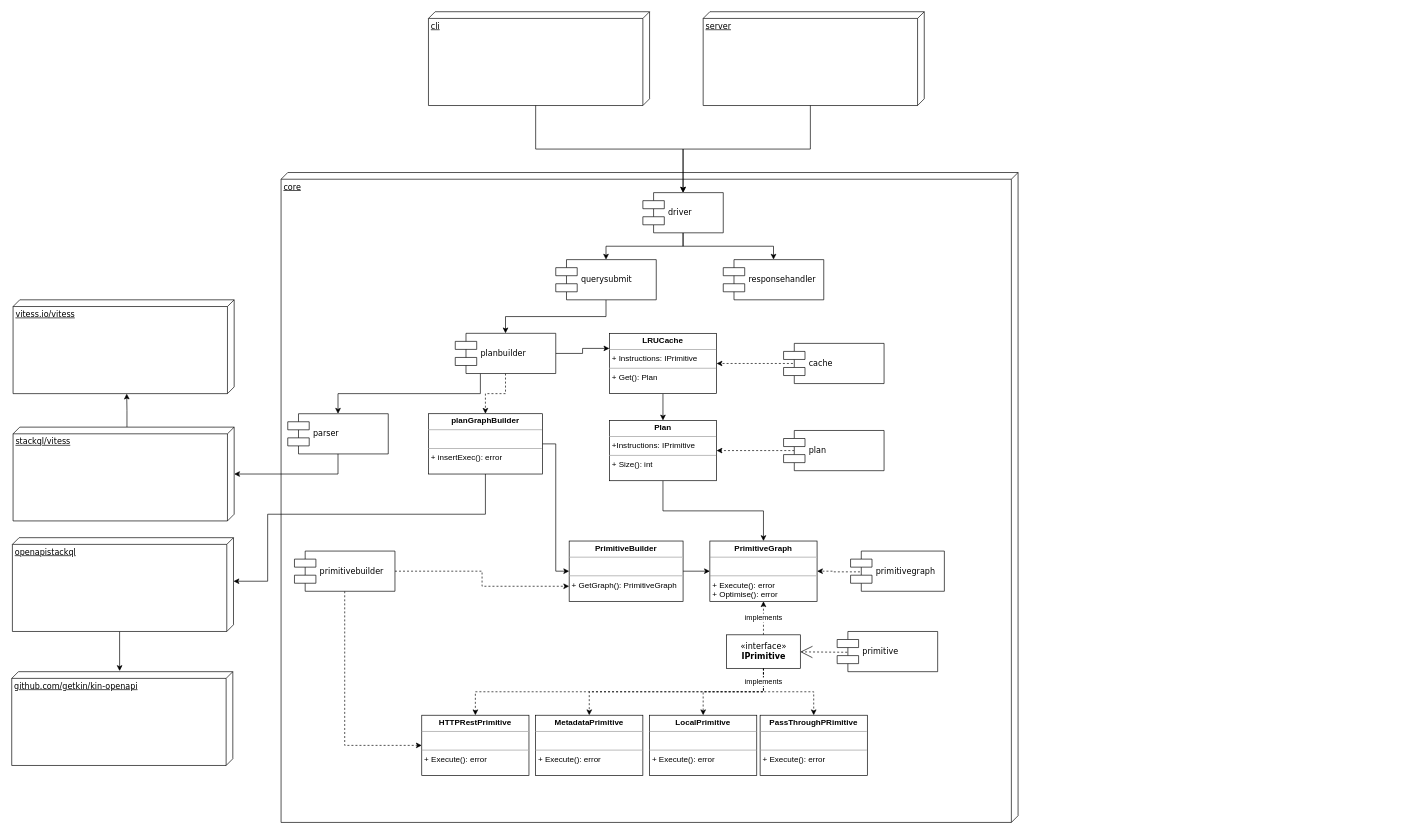
Earlier version of the draw.io diagram docs/diagrams/components-HLDD.drawio (stackql/stackql-devel). Source tidied: cells renumbered, new cells numbered last; positions are measured from the earlier drawing's top-left corner, leaving out a move shared by most shapes. Both pictures are drawn from the tidied source at 67%, with x=0, y=0 at pixel (11, 11).
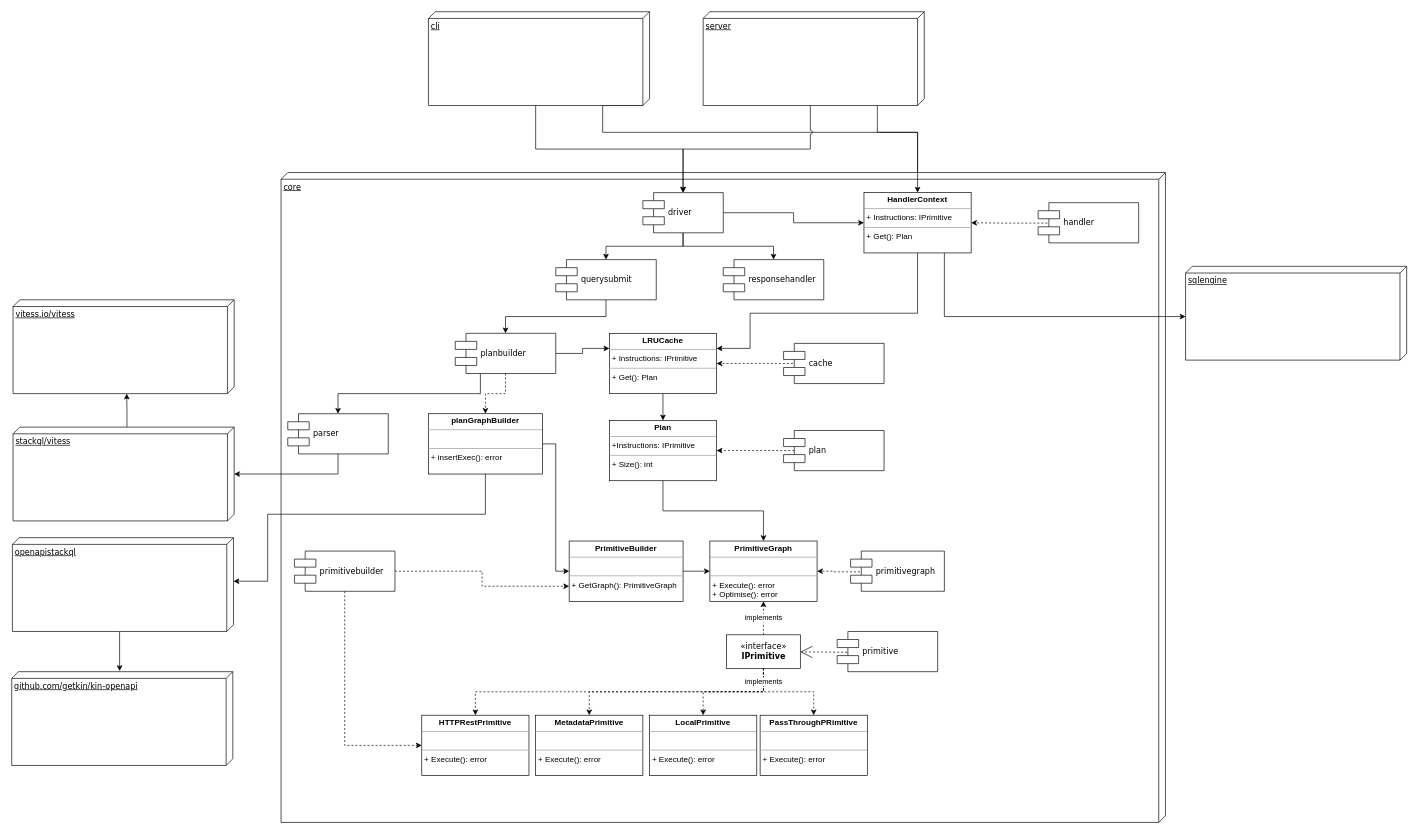
The same page after the edit.

Commit message:
components-hldd-further

Unchanged cells that the change refers to:
```xml
<mxCell id="2" value="cli" style="verticalAlign=top;align=left;spacingTop=8;spacingLeft=2;spacingRight=12;shape=cube;size=10;direction=south;fontStyle=4;html=1;rounded=0;shadow=0;comic=0;labelBackgroundColor=none;strokeWidth=1;fontFamily=Verdana;fontSize=12;" parent="1" vertex="1">
  <mxGeometry x="622" width="330" height="140" as="geometry" />
</mxCell>
<mxCell id="3" value="server" style="verticalAlign=top;align=left;spacingTop=8;spacingLeft=2;spacingRight=12;shape=cube;size=10;direction=south;fontStyle=4;html=1;rounded=0;shadow=0;comic=0;labelBackgroundColor=none;strokeWidth=1;fontFamily=Verdana;fontSize=12;" parent="1" vertex="1">
  <mxGeometry x="1032" width="330" height="140" as="geometry" />
</mxCell>
<mxCell id="9" value="driver" style="shape=component;align=left;spacingLeft=36;rounded=0;shadow=0;comic=0;labelBackgroundColor=none;strokeWidth=1;fontFamily=Verdana;fontSize=12;html=1;" parent="1" vertex="1">
  <mxGeometry x="942" y="270" width="120" height="60" as="geometry" />
</mxCell>
<mxCell id="47" value="&lt;p style=&quot;margin: 0px ; margin-top: 4px ; text-align: center&quot;&gt;&lt;b&gt;LRUCache&lt;/b&gt;&lt;/p&gt;&lt;hr size=&quot;1&quot;&gt;&lt;p style=&quot;margin: 0px ; margin-left: 4px&quot;&gt;+ Instructions: IPrimitive&lt;/p&gt;&lt;hr size=&quot;1&quot;&gt;&lt;p style=&quot;margin: 0px ; margin-left: 4px&quot;&gt;+ Get(): Plan&lt;/p&gt;" style="verticalAlign=top;align=left;overflow=fill;fontSize=12;fontFamily=Helvetica;html=1;" parent="1" vertex="1">
  <mxGeometry x="892" y="480" width="160" height="90" as="geometry" />
</mxCell>
```

The edit, as a diff of the source:
```diff
@@
+    <mxCell id="56" style="edgeStyle=orthogonalEdgeStyle;rounded=0;jettySize=auto;html=1;exitX=0;exitY=0;exitDx=140;exitDy=10;exitPerimeter=0;endArrow=classic;endFill=1;entryX=0.5;entryY=0;entryDx=0;entryDy=0;jumpStyle=arc;" parent="1" edge="1" source="2" target="62">
+      <mxGeometry relative="1" as="geometry">
+        <Array as="points">
+          <mxPoint x="882" y="140" />
+          <mxPoint x="882" y="180" />
+          <mxPoint x="1352" y="180" />
+        </Array>
+      </mxGeometry>
+    </mxCell>
@@
     <mxCell id="4" value="core" style="verticalAlign=top;align=left;spacingTop=8;spacingLeft=2;spacingRight=12;shape=cube;size=10;direction=south;fontStyle=4;html=1;rounded=0;shadow=0;comic=0;labelBackgroundColor=none;strokeWidth=1;fontFamily=Verdana;fontSize=12;" parent="1" vertex="1">
-      <mxGeometry x="402" y="240" width="1100" height="970" as="geometry" />
+      <mxGeometry x="402" y="240" width="1320" height="970" as="geometry" />
     </mxCell>
@@
+    <mxCell id="57" style="edgeStyle=orthogonalEdgeStyle;rounded=0;jettySize=auto;html=1;exitX=1;exitY=0.5;exitDx=0;exitDy=0;endArrow=classic;endFill=1;" parent="1" edge="1" source="9" target="62">
+      <mxGeometry relative="1" as="geometry" />
+    </mxCell>
@@
-    <mxCell id="49" style="edgeStyle=orthogonalEdgeStyle;rounded=0;jettySize=auto;html=1;exitX=0;exitY=0;exitDx=140;exitDy=170;exitPerimeter=0;endArrow=classic;endFill=1;" parent="1" edge="1" source="3" target="9">
+    <mxCell id="49" style="edgeStyle=orthogonalEdgeStyle;rounded=0;jettySize=auto;html=1;exitX=0;exitY=0;exitDx=140;exitDy=170;exitPerimeter=0;endArrow=classic;endFill=1;jumpStyle=arc;" parent="1" edge="1" source="3" target="9">
       <mxGeometry relative="1" as="geometry" />
     </mxCell>
@@
+    <mxCell id="58" style="edgeStyle=orthogonalEdgeStyle;rounded=0;jettySize=auto;html=1;exitX=0.092;exitY=0.508;exitDx=0;exitDy=0;entryX=1;entryY=0.5;entryDx=0;entryDy=0;endArrow=classic;endFill=1;exitPerimeter=0;dashed=1;" parent="1" edge="1" source="59" target="62">
+      <mxGeometry relative="1" as="geometry" />
+    </mxCell>
+    <mxCell id="59" value="handler" style="shape=component;align=left;spacingLeft=36;rounded=0;shadow=0;comic=0;labelBackgroundColor=none;strokeWidth=1;fontFamily=Verdana;fontSize=12;html=1;" parent="1" vertex="1">
+      <mxGeometry x="1532" y="285" width="150" height="60" as="geometry" />
+    </mxCell>
+    <mxCell id="60" style="edgeStyle=orthogonalEdgeStyle;rounded=0;jettySize=auto;html=1;exitX=0.5;exitY=1;exitDx=0;exitDy=0;entryX=1;entryY=0.25;entryDx=0;entryDy=0;endArrow=classic;endFill=1;" parent="1" edge="1" source="62" target="47">
+      <mxGeometry relative="1" as="geometry">
+        <Array as="points">
+          <mxPoint x="1352" y="450" />
+          <mxPoint x="1102" y="450" />
+          <mxPoint x="1102" y="503" />
+        </Array>
+      </mxGeometry>
+    </mxCell>
+    <mxCell id="61" style="edgeStyle=orthogonalEdgeStyle;rounded=0;jettySize=auto;html=1;exitX=0.75;exitY=1;exitDx=0;exitDy=0;entryX=0;entryY=0;entryDx=75;entryDy=330;entryPerimeter=0;endArrow=classic;endFill=1;" parent="1" edge="1" source="62" target="64">
+      <mxGeometry relative="1" as="geometry" />
+    </mxCell>
+    <mxCell id="62" value="&lt;p style=&quot;margin: 0px ; margin-top: 4px ; text-align: center&quot;&gt;&lt;b&gt;HandlerContext&lt;/b&gt;&lt;/p&gt;&lt;hr size=&quot;1&quot;&gt;&lt;p style=&quot;margin: 0px ; margin-left: 4px&quot;&gt;+ Instructions: IPrimitive&lt;/p&gt;&lt;hr size=&quot;1&quot;&gt;&lt;p style=&quot;margin: 0px ; margin-left: 4px&quot;&gt;+ Get(): Plan&lt;/p&gt;" style="verticalAlign=top;align=left;overflow=fill;fontSize=12;fontFamily=Helvetica;html=1;" parent="1" vertex="1">
+      <mxGeometry x="1272" y="270" width="160" height="90" as="geometry" />
+    </mxCell>
+    <mxCell id="63" style="edgeStyle=orthogonalEdgeStyle;rounded=0;jettySize=auto;html=1;endArrow=classic;endFill=1;" parent="1" edge="1" target="62">
+      <mxGeometry relative="1" as="geometry">
+        <mxPoint x="1292" y="140" as="sourcePoint" />
+        <Array as="points">
+          <mxPoint x="1292" y="180" />
+          <mxPoint x="1352" y="180" />
+        </Array>
+      </mxGeometry>
+    </mxCell>
+    <mxCell id="64" value="sqlengine" style="verticalAlign=top;align=left;spacingTop=8;spacingLeft=2;spacingRight=12;shape=cube;size=10;direction=south;fontStyle=4;html=1;rounded=0;shadow=0;comic=0;labelBackgroundColor=none;strokeWidth=1;fontFamily=Verdana;fontSize=12;" parent="1" vertex="1">
+      <mxGeometry x="1752" y="380" width="330" height="140" as="geometry" />
+    </mxCell>
```
